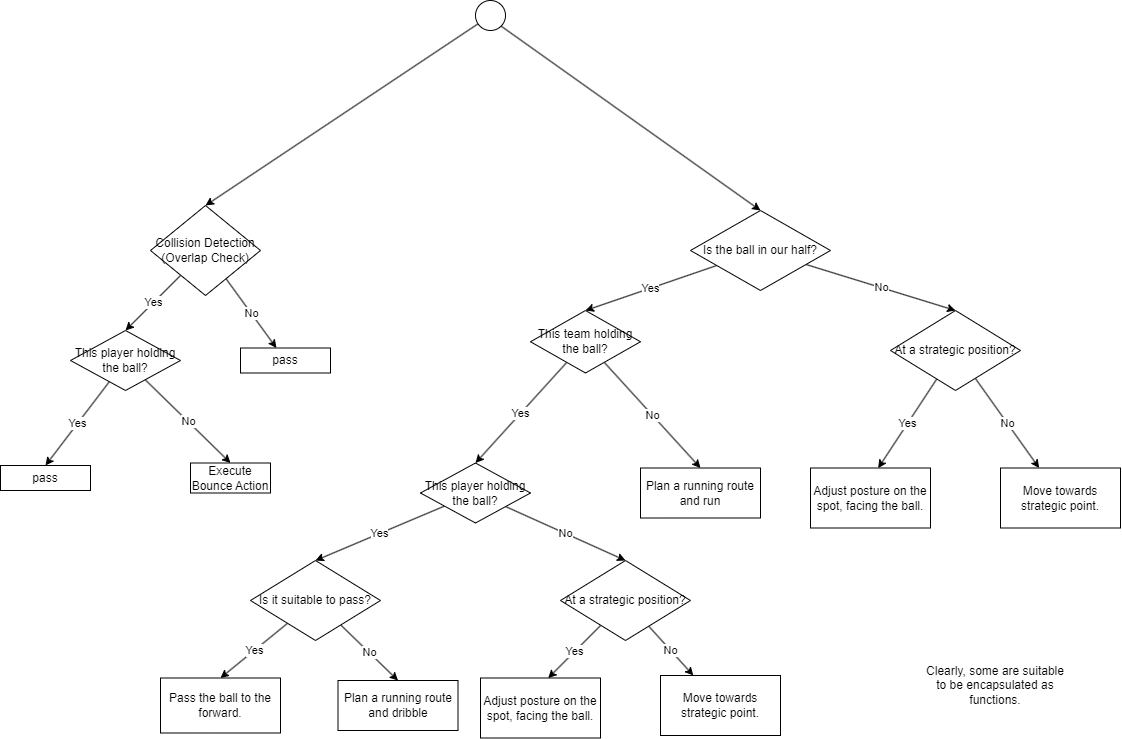
This is behavioral logic blueprint/defender_eng.png from LuMingJun62511/TDP, a draw.io export, as it was before one commit. Source tidied: cells renumbered, new cells last; positions are measured from the earlier drawing's top-left corner, leaving out a move shared by most shapes. The source it was exported from:
```xml
<mxGraphModel>
  <root>
    <mxCell id="0" />
    <mxCell id="1" parent="0" />
    <mxCell id="2" style="edgeStyle=none;html=1;entryX=0.5;entryY=0;entryDx=0;entryDy=0;" parent="1" edge="1" source="3" target="7">
      <mxGeometry relative="1" as="geometry" />
    </mxCell>
    <mxCell id="3" style="ellipse;whiteSpace=wrap;html=1;" parent="1" vertex="1">
      <mxGeometry x="475" width="30" height="30" as="geometry" />
    </mxCell>
    <mxCell id="4" value="Yes" style="edgeStyle=none;html=1;entryX=0.5;entryY=0;entryDx=0;entryDy=0;" parent="1" edge="1" source="7" target="10">
      <mxGeometry relative="1" as="geometry" />
    </mxCell>
    <mxCell id="5" style="edgeStyle=none;html=1;exitX=1;exitY=1;exitDx=0;exitDy=0;entryX=0.5;entryY=0;entryDx=0;entryDy=0;" parent="1" edge="1" source="3" target="15">
      <mxGeometry relative="1" as="geometry" />
    </mxCell>
    <mxCell id="6" value="No" style="edgeStyle=none;html=1;" parent="1" edge="1" source="7" target="16">
      <mxGeometry relative="1" as="geometry" />
    </mxCell>
    <mxCell id="7" value="&lt;div&gt;Collision Detection&lt;/div&gt;&lt;div&gt;(Overlap Check)&lt;/div&gt;" style="rhombus;whiteSpace=wrap;html=1;" parent="1" vertex="1">
      <mxGeometry x="150" y="205" width="110" height="90" as="geometry" />
    </mxCell>
    <mxCell id="8" value="No" style="edgeStyle=none;html=1;entryX=0.5;entryY=0;entryDx=0;entryDy=0;" parent="1" edge="1" source="10" target="11">
      <mxGeometry relative="1" as="geometry" />
    </mxCell>
    <mxCell id="9" value="Yes" style="edgeStyle=none;html=1;entryX=0.5;entryY=0;entryDx=0;entryDy=0;" parent="1" edge="1" source="10" target="12">
      <mxGeometry relative="1" as="geometry" />
    </mxCell>
    <mxCell id="10" value="This player holding the ball?" style="rhombus;whiteSpace=wrap;html=1;" parent="1" vertex="1">
      <mxGeometry x="70" y="330" width="110" height="60" as="geometry" />
    </mxCell>
    <mxCell id="11" value="Execute Bounce Action" style="rounded=0;whiteSpace=wrap;html=1;" parent="1" vertex="1">
      <mxGeometry x="190" y="462.5" width="80" height="30" as="geometry" />
    </mxCell>
    <mxCell id="12" value="pass" style="rounded=0;whiteSpace=wrap;html=1;" parent="1" vertex="1">
      <mxGeometry y="465" width="90" height="25" as="geometry" />
    </mxCell>
    <mxCell id="13" value="Yes" style="edgeStyle=none;html=1;entryX=0.5;entryY=0;entryDx=0;entryDy=0;" parent="1" edge="1" source="15" target="19">
      <mxGeometry relative="1" as="geometry" />
    </mxCell>
    <mxCell id="14" value="No" style="edgeStyle=none;html=1;entryX=0.5;entryY=0;entryDx=0;entryDy=0;" parent="1" edge="1" source="15" target="35">
      <mxGeometry relative="1" as="geometry" />
    </mxCell>
    <mxCell id="15" value="Is the ball in our half?" style="rhombus;whiteSpace=wrap;html=1;" parent="1" vertex="1">
      <mxGeometry x="690" y="210" width="140" height="80" as="geometry" />
    </mxCell>
    <mxCell id="16" value="pass" style="rounded=0;whiteSpace=wrap;html=1;" parent="1" vertex="1">
      <mxGeometry x="240" y="347.5" width="90" height="25" as="geometry" />
    </mxCell>
    <mxCell id="17" value="Yes" style="edgeStyle=none;html=1;entryX=0.5;entryY=0;entryDx=0;entryDy=0;" parent="1" edge="1" source="19" target="22">
      <mxGeometry relative="1" as="geometry" />
    </mxCell>
    <mxCell id="18" value="No" style="edgeStyle=none;html=1;entryX=0.5;entryY=0;entryDx=0;entryDy=0;" parent="1" edge="1" source="19" target="38">
      <mxGeometry relative="1" as="geometry" />
    </mxCell>
    <mxCell id="19" value="This team holding the ball?" style="rhombus;whiteSpace=wrap;html=1;" parent="1" vertex="1">
      <mxGeometry x="530" y="310" width="110" height="62.5" as="geometry" />
    </mxCell>
    <mxCell id="20" value="Yes" style="edgeStyle=none;html=1;entryX=0.5;entryY=0;entryDx=0;entryDy=0;" parent="1" edge="1" source="22" target="28">
      <mxGeometry relative="1" as="geometry" />
    </mxCell>
    <mxCell id="21" value="No" style="edgeStyle=none;html=1;entryX=0.5;entryY=0;entryDx=0;entryDy=0;" parent="1" edge="1" source="22" target="25">
      <mxGeometry relative="1" as="geometry" />
    </mxCell>
    <mxCell id="22" value="This player holding the ball?" style="rhombus;whiteSpace=wrap;html=1;" parent="1" vertex="1">
      <mxGeometry x="420" y="462.5" width="110" height="60" as="geometry" />
    </mxCell>
    <mxCell id="23" value="No" style="edgeStyle=none;html=1;" parent="1" edge="1" source="25" target="31">
      <mxGeometry relative="1" as="geometry" />
    </mxCell>
    <mxCell id="24" value="Yes" style="edgeStyle=none;html=1;entryX=0.564;entryY=0.002;entryDx=0;entryDy=0;entryPerimeter=0;" parent="1" edge="1" source="25" target="32">
      <mxGeometry relative="1" as="geometry" />
    </mxCell>
    <mxCell id="25" value="At a strategic position?" style="rhombus;whiteSpace=wrap;html=1;" parent="1" vertex="1">
      <mxGeometry x="560" y="560" width="130" height="80" as="geometry" />
    </mxCell>
    <mxCell id="26" value="Yes" style="edgeStyle=none;html=1;entryX=0.5;entryY=0;entryDx=0;entryDy=0;" parent="1" edge="1" source="28" target="29">
      <mxGeometry relative="1" as="geometry" />
    </mxCell>
    <mxCell id="27" value="No" style="edgeStyle=none;html=1;entryX=0.5;entryY=0;entryDx=0;entryDy=0;" parent="1" edge="1" source="28" target="30">
      <mxGeometry relative="1" as="geometry" />
    </mxCell>
    <mxCell id="28" value="Is it suitable to pass?" style="rhombus;whiteSpace=wrap;html=1;" parent="1" vertex="1">
      <mxGeometry x="250" y="560" width="130" height="80" as="geometry" />
    </mxCell>
    <mxCell id="29" value="Pass the ball to the forward." style="rounded=0;whiteSpace=wrap;html=1;" parent="1" vertex="1">
      <mxGeometry x="160" y="677.5" width="120" height="55" as="geometry" />
    </mxCell>
    <mxCell id="30" value="Plan a running route and dribble" style="rounded=0;whiteSpace=wrap;html=1;" parent="1" vertex="1">
      <mxGeometry x="337.5" y="680" width="120" height="50" as="geometry" />
    </mxCell>
    <mxCell id="31" value="Move towards strategic point." style="rounded=0;whiteSpace=wrap;html=1;" parent="1" vertex="1">
      <mxGeometry x="660" y="675" width="120" height="60" as="geometry" />
    </mxCell>
    <mxCell id="32" value="Adjust posture on the spot, facing the ball." style="rounded=0;whiteSpace=wrap;html=1;" parent="1" vertex="1">
      <mxGeometry x="480" y="677.5" width="120" height="60" as="geometry" />
    </mxCell>
    <mxCell id="33" value="No" style="edgeStyle=none;html=1;" parent="1" edge="1" source="35" target="36">
      <mxGeometry relative="1" as="geometry" />
    </mxCell>
    <mxCell id="34" value="Yes" style="edgeStyle=none;html=1;entryX=0.564;entryY=0.002;entryDx=0;entryDy=0;entryPerimeter=0;" parent="1" edge="1" source="35" target="37">
      <mxGeometry relative="1" as="geometry" />
    </mxCell>
    <mxCell id="35" value="At a strategic position?" style="rhombus;whiteSpace=wrap;html=1;" parent="1" vertex="1">
      <mxGeometry x="890" y="310" width="130" height="80" as="geometry" />
    </mxCell>
    <mxCell id="36" value="Move towards strategic point." style="rounded=0;whiteSpace=wrap;html=1;" parent="1" vertex="1">
      <mxGeometry x="1000" y="467.5" width="120" height="60" as="geometry" />
    </mxCell>
    <mxCell id="37" value="Adjust posture on the spot, facing the ball." style="rounded=0;whiteSpace=wrap;html=1;" parent="1" vertex="1">
      <mxGeometry x="810" y="467.5" width="120" height="60" as="geometry" />
    </mxCell>
    <mxCell id="38" value="Plan a running route and run" style="rounded=0;whiteSpace=wrap;html=1;" parent="1" vertex="1">
      <mxGeometry x="640" y="467.5" width="120" height="50" as="geometry" />
    </mxCell>
    <mxCell id="39" value="Clearly, some are suitable to be encapsulated as functions." style="text;html=1;strokeColor=none;fillColor=none;align=center;verticalAlign=middle;whiteSpace=wrap;rounded=0;" parent="1" vertex="1">
      <mxGeometry x="920" y="660" width="150" height="50" as="geometry" />
    </mxCell>
  </root>
</mxGraphModel>
```
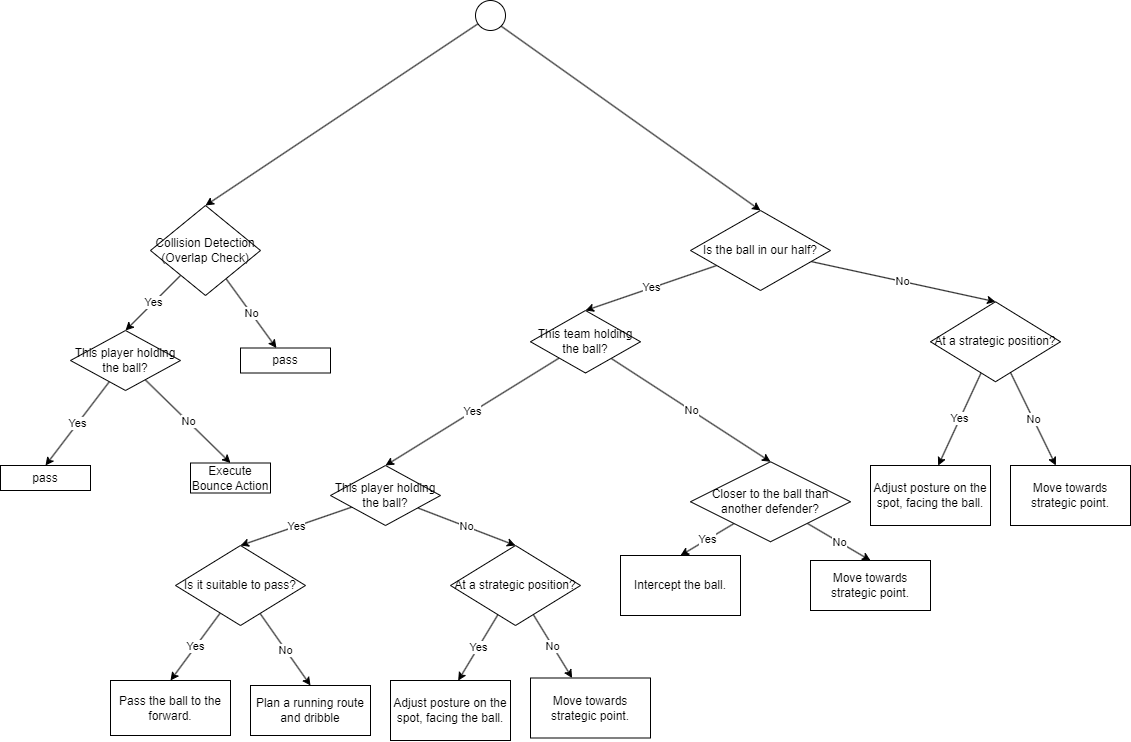
Above is the later version.

Commit message:
improve the defender logic

What changed in the source:
```diff
@@ -50,9 +50,12 @@
     <mxCell id="17" value="Yes" style="edgeStyle=none;html=1;entryX=0.5;entryY=0;entryDx=0;entryDy=0;" parent="1" edge="1" source="19" target="22">
       <mxGeometry relative="1" as="geometry" />
     </mxCell>
-    <mxCell id="18" value="No" style="edgeStyle=none;html=1;entryX=0.5;entryY=0;entryDx=0;entryDy=0;" parent="1" edge="1" source="19" target="38">
+    <mxCell id="18" value="No" style="edgeStyle=none;html=1;entryX=0.5;entryY=0;entryDx=0;entryDy=0;startArrow=none;" parent="1" edge="1" source="42" target="38">
       <mxGeometry relative="1" as="geometry" />
     </mxCell>
+    <mxCell id="40" value="No" style="edgeStyle=none;html=1;entryX=0.5;entryY=0;entryDx=0;entryDy=0;" parent="1" edge="1" source="19" target="42">
+      <mxGeometry relative="1" as="geometry" />
+    </mxCell>
     <mxCell id="19" value="This team holding the ball?" style="rhombus;whiteSpace=wrap;html=1;" parent="1" vertex="1">
       <mxGeometry x="530" y="310" width="110" height="62.5" as="geometry" />
     </mxCell>
@@ -63,7 +66,7 @@
       <mxGeometry relative="1" as="geometry" />
     </mxCell>
     <mxCell id="22" value="This player holding the ball?" style="rhombus;whiteSpace=wrap;html=1;" parent="1" vertex="1">
-      <mxGeometry x="420" y="462.5" width="110" height="60" as="geometry" />
+      <mxGeometry x="330" y="465" width="110" height="60" as="geometry" />
     </mxCell>
     <mxCell id="23" value="No" style="edgeStyle=none;html=1;" parent="1" edge="1" source="25" target="31">
       <mxGeometry relative="1" as="geometry" />
@@ -72,7 +75,7 @@
       <mxGeometry relative="1" as="geometry" />
     </mxCell>
     <mxCell id="25" value="At a strategic position?" style="rhombus;whiteSpace=wrap;html=1;" parent="1" vertex="1">
-      <mxGeometry x="560" y="560" width="130" height="80" as="geometry" />
+      <mxGeometry x="450" y="545" width="130" height="80" as="geometry" />
     </mxCell>
     <mxCell id="26" value="Yes" style="edgeStyle=none;html=1;entryX=0.5;entryY=0;entryDx=0;entryDy=0;" parent="1" edge="1" source="28" target="29">
       <mxGeometry relative="1" as="geometry" />
@@ -81,19 +84,19 @@
       <mxGeometry relative="1" as="geometry" />
     </mxCell>
     <mxCell id="28" value="Is it suitable to pass?" style="rhombus;whiteSpace=wrap;html=1;" parent="1" vertex="1">
-      <mxGeometry x="250" y="560" width="130" height="80" as="geometry" />
+      <mxGeometry x="175" y="545" width="130" height="80" as="geometry" />
     </mxCell>
     <mxCell id="29" value="Pass the ball to the forward." style="rounded=0;whiteSpace=wrap;html=1;" parent="1" vertex="1">
-      <mxGeometry x="160" y="677.5" width="120" height="55" as="geometry" />
+      <mxGeometry x="110" y="680" width="120" height="55" as="geometry" />
     </mxCell>
     <mxCell id="30" value="Plan a running route and dribble" style="rounded=0;whiteSpace=wrap;html=1;" parent="1" vertex="1">
-      <mxGeometry x="337.5" y="680" width="120" height="50" as="geometry" />
+      <mxGeometry x="250" y="685" width="120" height="50" as="geometry" />
     </mxCell>
     <mxCell id="31" value="Move towards strategic point." style="rounded=0;whiteSpace=wrap;html=1;" parent="1" vertex="1">
-      <mxGeometry x="660" y="675" width="120" height="60" as="geometry" />
+      <mxGeometry x="530" y="677.5" width="120" height="60" as="geometry" />
     </mxCell>
     <mxCell id="32" value="Adjust posture on the spot, facing the ball." style="rounded=0;whiteSpace=wrap;html=1;" parent="1" vertex="1">
-      <mxGeometry x="480" y="677.5" width="120" height="60" as="geometry" />
+      <mxGeometry x="390" y="680" width="120" height="60" as="geometry" />
     </mxCell>
     <mxCell id="33" value="No" style="edgeStyle=none;html=1;" parent="1" edge="1" source="35" target="36">
       <mxGeometry relative="1" as="geometry" />
@@ -102,19 +105,25 @@
       <mxGeometry relative="1" as="geometry" />
     </mxCell>
     <mxCell id="35" value="At a strategic position?" style="rhombus;whiteSpace=wrap;html=1;" parent="1" vertex="1">
-      <mxGeometry x="890" y="310" width="130" height="80" as="geometry" />
+      <mxGeometry x="930" y="301.2" width="130" height="80" as="geometry" />
     </mxCell>
     <mxCell id="36" value="Move towards strategic point." style="rounded=0;whiteSpace=wrap;html=1;" parent="1" vertex="1">
-      <mxGeometry x="1000" y="467.5" width="120" height="60" as="geometry" />
+      <mxGeometry x="1010" y="465" width="120" height="60" as="geometry" />
     </mxCell>
     <mxCell id="37" value="Adjust posture on the spot, facing the ball." style="rounded=0;whiteSpace=wrap;html=1;" parent="1" vertex="1">
-      <mxGeometry x="810" y="467.5" width="120" height="60" as="geometry" />
+      <mxGeometry x="870" y="465" width="120" height="60" as="geometry" />
     </mxCell>
-    <mxCell id="38" value="Plan a running route and run" style="rounded=0;whiteSpace=wrap;html=1;" parent="1" vertex="1">
-      <mxGeometry x="640" y="467.5" width="120" height="50" as="geometry" />
+    <mxCell id="38" value="Move towards strategic point." style="rounded=0;whiteSpace=wrap;html=1;" parent="1" vertex="1">
+      <mxGeometry x="810" y="560" width="120" height="50" as="geometry" />
     </mxCell>
-    <mxCell id="39" value="Clearly, some are suitable to be encapsulated as functions." style="text;html=1;strokeColor=none;fillColor=none;align=center;verticalAlign=middle;whiteSpace=wrap;rounded=0;" parent="1" vertex="1">
-      <mxGeometry x="920" y="660" width="150" height="50" as="geometry" />
-    </mxCell>
+    <mxCell id="41" value="Yes" style="edgeStyle=none;html=1;entryX=0.5;entryY=0;entryDx=0;entryDy=0;" parent="1" edge="1" source="42" target="43">
+      <mxGeometry relative="1" as="geometry" />
+    </mxCell>
+    <mxCell id="42" value="Closer to the ball than another defender?" style="rhombus;whiteSpace=wrap;html=1;" parent="1" vertex="1">
+      <mxGeometry x="690" y="461.2" width="160" height="80" as="geometry" />
+    </mxCell>
+    <mxCell id="43" value="Intercept the ball." style="rounded=0;whiteSpace=wrap;html=1;" parent="1" vertex="1">
+      <mxGeometry x="620" y="555" width="120" height="60" as="geometry" />
+    </mxCell>
   </root>
 </mxGraphModel>
```
